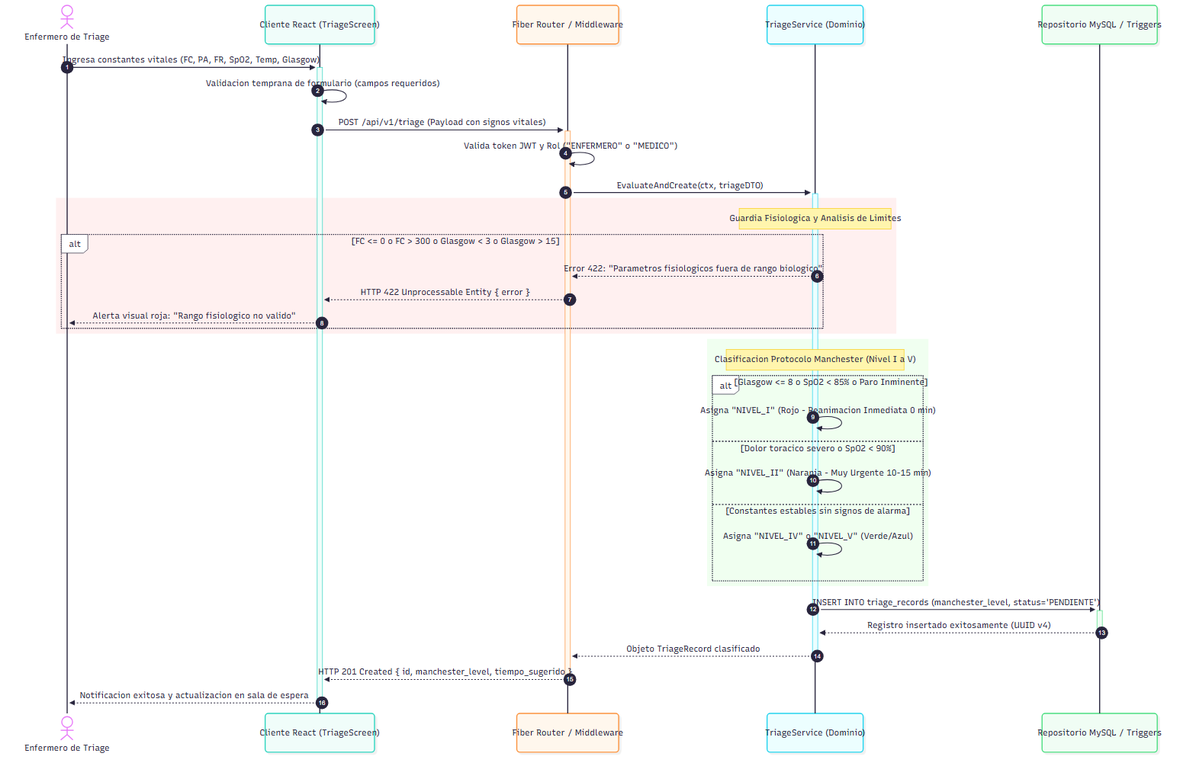
This is docs/diagrams/04_secuencia_triaje.png from ThiagoVelez/Proyecto_felipe, a Mermaid export, as it was before one commit. Its source is kept beside it as docs/diagrams/04_secuencia_triaje.mmd. The source it was exported from:
```mermaid
sequenceDiagram
    autonumber
    actor Enfermero as Enfermero de Triage
    participant Frontend as Cliente React (TriageScreen)
    participant API as Fiber Router / Middleware
    participant Service as TriageService (Dominio)
    participant DB as Repositorio MySQL / Triggers

    Enfermero->>+Frontend: Ingresa constantes vitales (FC, PA, FR, SpO2, Temp, Glasgow)
    Frontend->>Frontend: Validacion temprana de formulario (campos requeridos)
    Frontend->>+API: POST /api/v1/triage (Payload con signos vitales)
    API->>API: Valida token JWT y Rol ("ENFERMERO" o "MEDICO")
    API->>+Service: EvaluateAndCreate(ctx, triageDTO)

    rect rgb(255, 240, 240)
        Note over Service: Guardia Fisiologica y Analisis de Limites
        alt FC <= 0 o FC > 300 o Glasgow < 3 o Glasgow > 15
            Service-->>API: Error 422: "Parametros fisiologicos fuera de rango biologico"
            API-->>Frontend: HTTP 422 Unprocessable Entity { error }
            Frontend-->>Enfermero: Alerta visual roja: "Rango fisiologico no valido"
        end
    end

    rect rgb(240, 255, 240)
        Note over Service: Clasificacion Protocolo Manchester (Nivel I a V)
        alt Glasgow <= 8 o SpO2 < 85% o Paro Inminente
            Service->>Service: Asigna "NIVEL_I" (Rojo - Reanimacion Inmediata 0 min)
        else Dolor toracico severo o SpO2 < 90%
            Service->>Service: Asigna "NIVEL_II" (Naranja - Muy Urgente 10-15 min)
        else Constantes estables sin signos de alarma
            Service->>Service: Asigna "NIVEL_IV" o "NIVEL_V" (Verde/Azul)
        end
    end

    Service->>+DB: INSERT INTO triage_records (manchester_level, status='PENDIENTE')
    DB-->>-Service: Registro insertado exitosamente (UUID v4)
    Service-->>-API: Objeto TriageRecord clasificado
    API-->>-Frontend: HTTP 201 Created { id, manchester_level, tiempo_sugerido }
    Frontend-->>-Enfermero: Notificacion exitosa y actualizacion en sala de espera
```
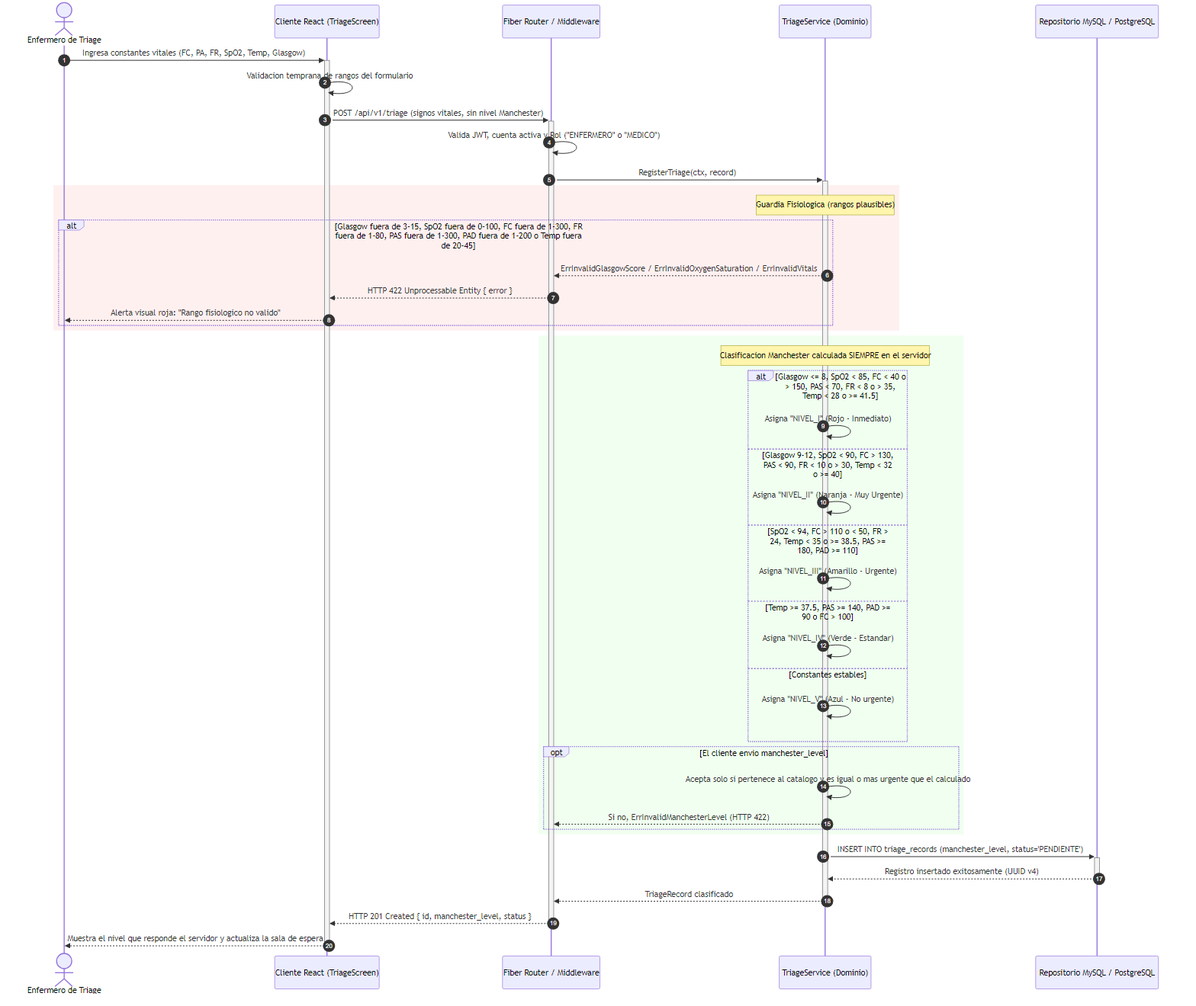
The same diagram one commit later.

The edit, as a diff of the source:
```diff
@@ -4,36 +4,44 @@
     participant Frontend as Cliente React (TriageScreen)
     participant API as Fiber Router / Middleware
     participant Service as TriageService (Dominio)
-    participant DB as Repositorio MySQL / Triggers
+    participant DB as Repositorio MySQL / PostgreSQL
 
     Enfermero->>+Frontend: Ingresa constantes vitales (FC, PA, FR, SpO2, Temp, Glasgow)
-    Frontend->>Frontend: Validacion temprana de formulario (campos requeridos)
-    Frontend->>+API: POST /api/v1/triage (Payload con signos vitales)
-    API->>API: Valida token JWT y Rol ("ENFERMERO" o "MEDICO")
-    API->>+Service: EvaluateAndCreate(ctx, triageDTO)
+    Frontend->>Frontend: Validacion temprana de rangos del formulario
+    Frontend->>+API: POST /api/v1/triage (signos vitales, sin nivel Manchester)
+    API->>API: Valida JWT, cuenta activa y Rol ("ENFERMERO" o "MEDICO")
+    API->>+Service: RegisterTriage(ctx, record)
 
     rect rgb(255, 240, 240)
-        Note over Service: Guardia Fisiologica y Analisis de Limites
-        alt FC <= 0 o FC > 300 o Glasgow < 3 o Glasgow > 15
-            Service-->>API: Error 422: "Parametros fisiologicos fuera de rango biologico"
+        Note over Service: Guardia Fisiologica (rangos plausibles)
+        alt Glasgow fuera de 3-15, SpO2 fuera de 0-100, FC fuera de 1-300, FR fuera de 1-80, PAS fuera de 1-300, PAD fuera de 1-200 o Temp fuera de 20-45
+            Service-->>API: ErrInvalidGlasgowScore / ErrInvalidOxygenSaturation / ErrInvalidVitals
             API-->>Frontend: HTTP 422 Unprocessable Entity { error }
             Frontend-->>Enfermero: Alerta visual roja: "Rango fisiologico no valido"
         end
     end
 
     rect rgb(240, 255, 240)
-        Note over Service: Clasificacion Protocolo Manchester (Nivel I a V)
-        alt Glasgow <= 8 o SpO2 < 85% o Paro Inminente
-            Service->>Service: Asigna "NIVEL_I" (Rojo - Reanimacion Inmediata 0 min)
-        else Dolor toracico severo o SpO2 < 90%
-            Service->>Service: Asigna "NIVEL_II" (Naranja - Muy Urgente 10-15 min)
-        else Constantes estables sin signos de alarma
-            Service->>Service: Asigna "NIVEL_IV" o "NIVEL_V" (Verde/Azul)
+        Note over Service: Clasificacion Manchester calculada SIEMPRE en el servidor
+        alt Glasgow <= 8, SpO2 < 85, FC < 40 o > 150, PAS < 70, FR < 8 o > 35, Temp < 28 o >= 41.5
+            Service->>Service: Asigna "NIVEL_I" (Rojo - Inmediato)
+        else Glasgow 9-12, SpO2 < 90, FC > 130, PAS < 90, FR < 10 o > 30, Temp < 32 o >= 40
+            Service->>Service: Asigna "NIVEL_II" (Naranja - Muy Urgente)
+        else SpO2 < 94, FC > 110 o < 50, FR > 24, Temp < 35 o >= 38.5, PAS >= 180, PAD >= 110
+            Service->>Service: Asigna "NIVEL_III" (Amarillo - Urgente)
+        else Temp >= 37.5, PAS >= 140, PAD >= 90 o FC > 100
+            Service->>Service: Asigna "NIVEL_IV" (Verde - Estandar)
+        else Constantes estables
+            Service->>Service: Asigna "NIVEL_V" (Azul - No urgente)
+        end
+        opt El cliente envio manchester_level
+            Service->>Service: Acepta solo si pertenece al catalogo y es igual o mas urgente que el calculado
+            Service-->>API: Si no, ErrInvalidManchesterLevel (HTTP 422)
         end
     end
 
     Service->>+DB: INSERT INTO triage_records (manchester_level, status='PENDIENTE')
     DB-->>-Service: Registro insertado exitosamente (UUID v4)
-    Service-->>-API: Objeto TriageRecord clasificado
-    API-->>-Frontend: HTTP 201 Created { id, manchester_level, tiempo_sugerido }
-    Frontend-->>-Enfermero: Notificacion exitosa y actualizacion en sala de espera
+    Service-->>-API: TriageRecord clasificado
+    API-->>-Frontend: HTTP 201 Created { id, manchester_level, status }
+    Frontend-->>-Enfermero: Muestra el nivel que responde el servidor y actualiza la sala de espera
```
